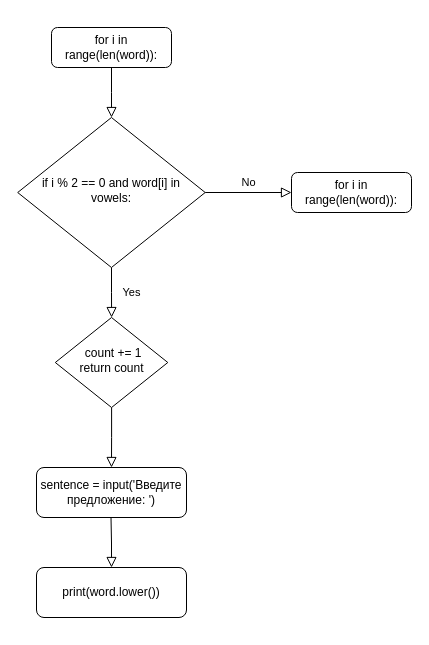
Earlier version of the draw.io diagram future code2.drawio (16savage/Kavtarev-Artem-Algoritm). Source tidied: cells renumbered, new cells numbered last; positions are measured from the earlier drawing's top-left corner, leaving out a move shared by most shapes. Both pictures are drawn from the tidied source at 100%, with x=0, y=0 at pixel (17, 27).
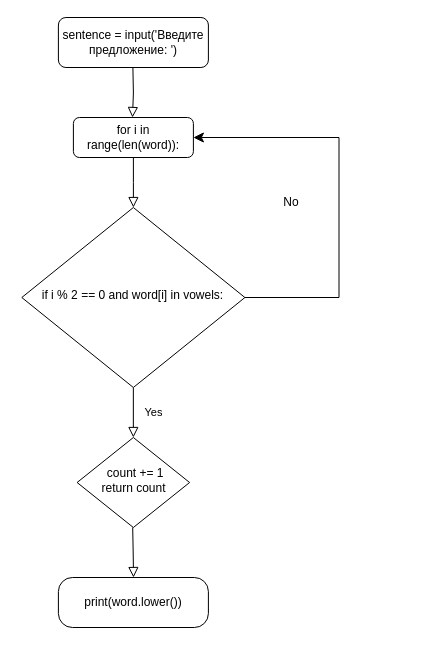
The same diagram, later.

The edit, as a diff of the source:
```diff
@@
 <mxGraphModel>
   <root>
     <mxCell id="0" />
     <mxCell id="1" parent="0" />
     <mxCell id="2" style="rounded=0;html=1;jettySize=auto;fontSize=11;endArrow=block;endFill=0;endSize=8;strokeWidth=1;shadow=0;labelBackgroundColor=none;edgeStyle=orthogonalEdgeStyle;" parent="1" edge="1" source="3" target="6">
       <mxGeometry relative="1" as="geometry" />
     </mxCell>
     <mxCell id="3" value="for i in range(len(word)):" style="rounded=1;whiteSpace=wrap;html=1;fontSize=12;glass=0;strokeWidth=1;shadow=0;" parent="1" vertex="1">
-      <mxGeometry x="34" width="120" height="40" as="geometry" />
+      <mxGeometry x="55.9" y="90" width="120" height="40" as="geometry" />
     </mxCell>
     <mxCell id="4" value="Yes" style="rounded=0;html=1;jettySize=auto;fontSize=11;endArrow=block;endFill=0;endSize=8;strokeWidth=1;shadow=0;labelBackgroundColor=none;edgeStyle=orthogonalEdgeStyle;" parent="1" edge="1" source="6" target="9">
       <mxGeometry y="20" relative="1" as="geometry" />
     </mxCell>
-    <mxCell id="5" value="No" style="edgeStyle=orthogonalEdgeStyle;rounded=0;html=1;jettySize=auto;fontSize=11;endArrow=block;endFill=0;endSize=8;strokeWidth=1;shadow=0;labelBackgroundColor=none;" parent="1" edge="1" source="6" target="7">
-      <mxGeometry y="10" relative="1" as="geometry" />
-    </mxCell>
     <mxCell id="6" value="if i % 2 == 0 and word[i] in vowels:" style="rhombus;whiteSpace=wrap;html=1;shadow=0;fontFamily=Helvetica;fontSize=12;align=center;strokeWidth=1;spacing=6;spacingTop=-4;" parent="1" vertex="1">
-      <mxGeometry x="0.2" y="90" width="187.5" height="150" as="geometry" />
+      <mxGeometry x="4.3" y="180" width="223.1" height="180" as="geometry" />
     </mxCell>
-    <mxCell id="7" value="for i in range(len(word)):" style="rounded=1;whiteSpace=wrap;html=1;fontSize=12;glass=0;strokeWidth=1;shadow=0;" parent="1" vertex="1">
-      <mxGeometry x="274" y="145" width="120" height="40" as="geometry" />
-    </mxCell>
-    <mxCell id="8" style="rounded=0;html=1;jettySize=auto;fontSize=11;endArrow=block;endFill=0;endSize=8;strokeWidth=1;shadow=0;labelBackgroundColor=none;edgeStyle=orthogonalEdgeStyle;" parent="1" edge="1" source="9" target="10">
-      <mxGeometry x="0.33" y="20" relative="1" as="geometry" />
-    </mxCell>
     <mxCell id="9" value="&lt;div&gt;&amp;nbsp;count += 1&lt;/div&gt;&lt;div&gt;&lt;span style=&quot;background-color: initial;&quot;&gt;return count&lt;/span&gt;&lt;/div&gt;" style="rhombus;whiteSpace=wrap;html=1;shadow=0;fontFamily=Helvetica;fontSize=12;align=center;strokeWidth=1;spacing=6;spacingTop=-4;" parent="1" vertex="1">
-      <mxGeometry x="37.8" y="290" width="112.5" height="90" as="geometry" />
+      <mxGeometry x="59.6" y="410" width="112.5" height="90" as="geometry" />
     </mxCell>
     <mxCell id="10" value="sentence = input('Введите предложение: ')" style="rounded=1;whiteSpace=wrap;html=1;fontSize=12;glass=0;strokeWidth=1;shadow=0;" parent="1" vertex="1">
-      <mxGeometry x="19" y="440" width="150" height="50" as="geometry" />
+      <mxGeometry x="40.9" y="-10" width="150" height="50" as="geometry" />
     </mxCell>
-    <mxCell id="11" style="rounded=0;html=1;jettySize=auto;orthogonalLoop=1;fontSize=11;endArrow=block;endFill=0;endSize=8;strokeWidth=1;shadow=0;labelBackgroundColor=none;edgeStyle=orthogonalEdgeStyle;" parent="1" edge="1">
-      <mxGeometry x="0.33" y="20" relative="1" as="geometry">
-        <mxPoint x="93.5" y="490" as="sourcePoint" />
-        <mxPoint x="94" y="540" as="targetPoint" />
-      </mxGeometry>
-    </mxCell>
-    <mxCell id="12" value="print(word.lower())" style="rounded=1;whiteSpace=wrap;html=1;fontSize=12;glass=0;strokeWidth=1;shadow=0;" parent="1" vertex="1">
-      <mxGeometry x="19" y="540" width="150" height="50" as="geometry" />
+    <mxCell id="12" value="print(word.lower())" style="rounded=1;whiteSpace=wrap;html=1;fontSize=12;glass=0;strokeWidth=1;shadow=0;arcSize=28;" parent="1" vertex="1">
+      <mxGeometry x="40.9" y="550" width="150" height="50" as="geometry" />
     </mxCell>
+    <mxCell id="13" style="rounded=0;html=1;jettySize=auto;orthogonalLoop=1;fontSize=11;endArrow=block;endFill=0;endSize=8;strokeWidth=1;shadow=0;labelBackgroundColor=none;edgeStyle=orthogonalEdgeStyle;entryX=0.5;entryY=0;entryDx=0;entryDy=0;" parent="1" edge="1">
+      <mxGeometry x="0.33" y="20" relative="1" as="geometry">
+        <mxPoint x="115.2" y="500" as="sourcePoint" />
+        <mxPoint x="116" y="550" as="targetPoint" />
+      </mxGeometry>
+    </mxCell>
+    <mxCell id="14" style="edgeStyle=elbowEdgeStyle;elbow=horizontal;endArrow=classic;html=1;curved=0;rounded=0;endSize=8;startSize=8;entryX=1;entryY=0.5;entryDx=0;entryDy=0;exitX=1;exitY=0.5;exitDx=0;exitDy=0;" parent="1" edge="1" source="6" target="3">
+      <mxGeometry relative="1" as="geometry">
+        <Array as="points">
+          <mxPoint x="321.5" y="180" />
+        </Array>
+      </mxGeometry>
+    </mxCell>
+    <mxCell id="15" style="rounded=0;html=1;jettySize=auto;orthogonalLoop=1;fontSize=11;endArrow=block;endFill=0;endSize=8;strokeWidth=1;shadow=0;labelBackgroundColor=none;edgeStyle=orthogonalEdgeStyle;" parent="1" edge="1">
+      <mxGeometry relative="1" as="geometry">
+        <mxPoint x="115.4" y="40" as="sourcePoint" />
+        <mxPoint x="115" y="90" as="targetPoint" />
+      </mxGeometry>
+    </mxCell>
+    <mxCell id="5" value="No" style="text;html=1;align=center;verticalAlign=middle;whiteSpace=wrap;rounded=0;" parent="1" vertex="1">
+      <mxGeometry x="244" y="160" width="60" height="30" as="geometry" />
+    </mxCell>
   </root>
 </mxGraphModel>
```
